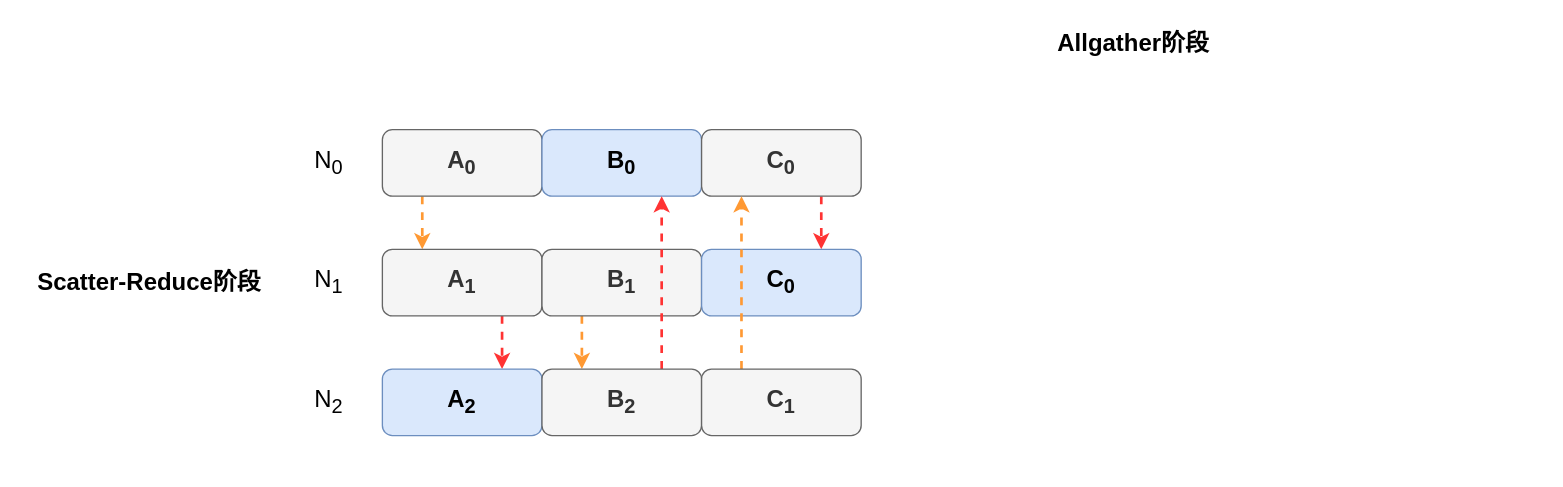
The draw.io diagram Ring-Allreduce.drawio in abdzhangzeyu/draw.io, before the edit. Source tidied: cells renumbered, new cells numbered last; positions are measured from the earlier drawing's top-left corner, leaving out a move shared by most shapes. Both pictures are drawn from the tidied source at 133%, with x=0, y=0 at pixel (23, 23).
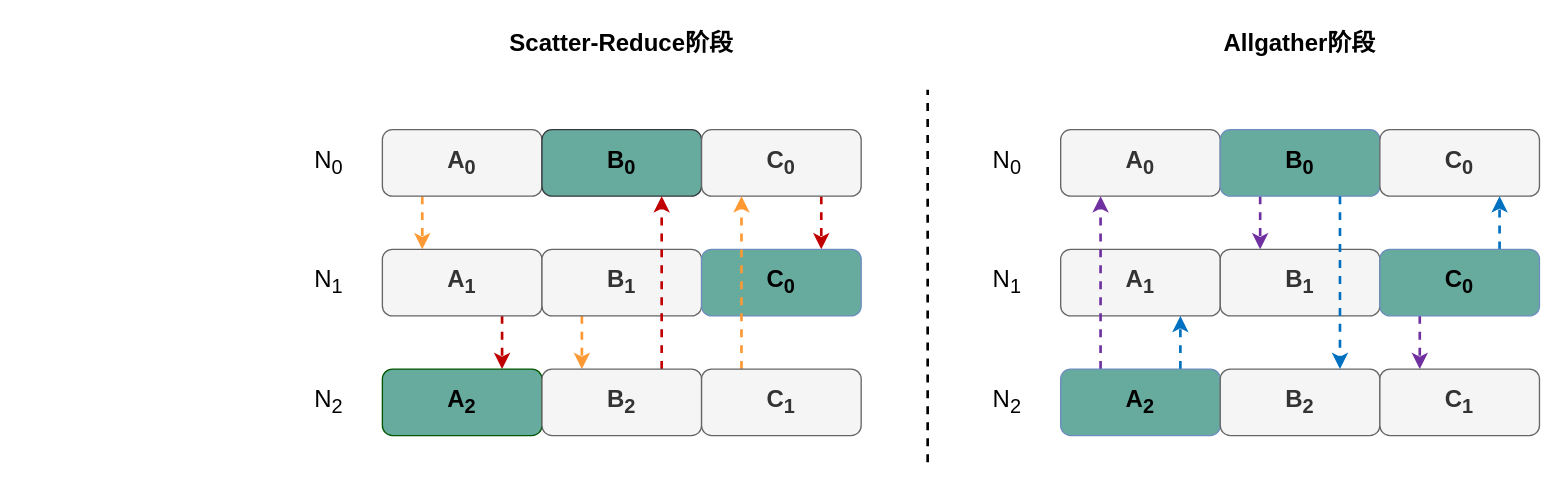
The same page after the edit.

The change refers to these unchanged cells:
```xml
<mxCell id="8" value="&lt;span style=&quot;font-size: 18px;&quot;&gt;C&lt;/span&gt;&lt;sub&gt;&lt;font style=&quot;font-size: 15px;&quot;&gt;0&lt;/font&gt;&lt;/sub&gt;" style="rounded=1;whiteSpace=wrap;html=1;shadow=0;fontSize=18;fontStyle=1;fillColor=#f5f5f5;fontColor=#333333;strokeColor=#666666;" parent="1" vertex="1">
  <mxGeometry x="510" y="80" width="120" height="50" as="geometry" />
</mxCell>
<mxCell id="12" value="A&lt;sub style=&quot;&quot;&gt;&lt;font style=&quot;font-size: 15px;&quot;&gt;1&lt;/font&gt;&lt;/sub&gt;" style="rounded=1;whiteSpace=wrap;html=1;shadow=0;fontSize=18;fontStyle=1;fillColor=#f5f5f5;fontColor=#333333;strokeColor=#666666;" parent="1" vertex="1">
  <mxGeometry x="270" y="170" width="120" height="50" as="geometry" />
</mxCell>
<mxCell id="19" value="&lt;font style=&quot;font-size: 18px;&quot;&gt;B&lt;/font&gt;&lt;sub style=&quot;&quot;&gt;&lt;font style=&quot;font-size: 15px;&quot;&gt;2&lt;/font&gt;&lt;/sub&gt;" style="rounded=1;whiteSpace=wrap;html=1;shadow=0;fontSize=18;fontStyle=1;fillColor=#f5f5f5;fontColor=#333333;strokeColor=#666666;" parent="1" vertex="1">
  <mxGeometry x="390" y="260" width="120" height="50" as="geometry" />
</mxCell>
```

The edit, as a diff of the source:
```diff
@@
     <mxCell id="2" value="&lt;b&gt;Scatter-Reduce阶段&lt;/b&gt;" style="text;html=1;strokeColor=none;fillColor=none;align=center;verticalAlign=middle;whiteSpace=wrap;rounded=0;shadow=0;fontSize=18;fontColor=#000000;" parent="1" vertex="1">
-      <mxGeometry y="180" width="190" height="30" as="geometry" />
+      <mxGeometry x="355" width="190" height="30" as="geometry" />
     </mxCell>
     <mxCell id="3" value="&lt;b&gt;Allgather阶段&lt;/b&gt;" style="text;html=1;strokeColor=none;fillColor=none;align=center;verticalAlign=middle;whiteSpace=wrap;rounded=0;shadow=0;fontSize=18;fontColor=#000000;" parent="1" vertex="1">
-      <mxGeometry x="740" width="190" height="30" as="geometry" />
+      <mxGeometry x="865" width="190" height="30" as="geometry" />
     </mxCell>
@@
-    <mxCell id="6" value="&lt;font style=&quot;font-size: 18px;&quot;&gt;B&lt;sub&gt;0&lt;/sub&gt;&lt;/font&gt;" style="rounded=1;whiteSpace=wrap;html=1;shadow=0;fontSize=18;fontStyle=1;fillColor=#dae8fc;strokeColor=#6c8ebf;" parent="1" vertex="1">
+    <mxCell id="6" value="&lt;font style=&quot;font-size: 18px;&quot;&gt;B&lt;sub&gt;0&lt;/sub&gt;&lt;/font&gt;" style="rounded=1;whiteSpace=wrap;html=1;shadow=0;fontSize=18;fontStyle=1;fillColor=#67AB9F;strokeColor=#36393d;" parent="1" vertex="1">
       <mxGeometry x="390" y="80" width="120" height="50" as="geometry" />
     </mxCell>
-    <mxCell id="7" style="edgeStyle=orthogonalEdgeStyle;rounded=0;jettySize=auto;html=1;exitX=0.75;exitY=1;exitDx=0;exitDy=0;entryX=0.75;entryY=0;entryDx=0;entryDy=0;dashed=1;fontSize=18;strokeColor=#FF3333;strokeWidth=2;" parent="1" edge="1" source="8" target="15">
+    <mxCell id="7" style="edgeStyle=orthogonalEdgeStyle;rounded=0;jettySize=auto;html=1;exitX=0.75;exitY=1;exitDx=0;exitDy=0;entryX=0.75;entryY=0;entryDx=0;entryDy=0;dashed=1;fontSize=18;strokeColor=#C00000;strokeWidth=2;" parent="1" edge="1" source="8" target="15">
       <mxGeometry relative="1" as="geometry" />
     </mxCell>
@@
-    <mxCell id="11" style="edgeStyle=orthogonalEdgeStyle;rounded=0;jettySize=auto;html=1;exitX=0.75;exitY=1;exitDx=0;exitDy=0;entryX=0.75;entryY=0;entryDx=0;entryDy=0;dashed=1;fontSize=18;strokeColor=#FF3333;strokeWidth=2;" parent="1" edge="1" source="12" target="17">
+    <mxCell id="11" style="edgeStyle=orthogonalEdgeStyle;rounded=0;jettySize=auto;html=1;exitX=0.75;exitY=1;exitDx=0;exitDy=0;entryX=0.75;entryY=0;entryDx=0;entryDy=0;dashed=1;fontSize=18;strokeColor=#C00000;strokeWidth=2;" parent="1" edge="1" source="12" target="17">
       <mxGeometry relative="1" as="geometry" />
     </mxCell>
@@
-    <mxCell id="15" value="&lt;span style=&quot;&quot;&gt;C&lt;/span&gt;&lt;sub style=&quot;&quot;&gt;0&lt;/sub&gt;" style="rounded=1;whiteSpace=wrap;html=1;shadow=0;fontSize=18;fontStyle=1;fillColor=#dae8fc;strokeColor=#6c8ebf;" parent="1" vertex="1">
+    <mxCell id="15" value="&lt;span style=&quot;&quot;&gt;C&lt;/span&gt;&lt;sub style=&quot;&quot;&gt;0&lt;/sub&gt;" style="rounded=1;whiteSpace=wrap;html=1;shadow=0;fontSize=18;fontStyle=1;fillColor=#67AB9F;strokeColor=#6c8ebf;" parent="1" vertex="1">
       <mxGeometry x="510" y="170" width="120" height="50" as="geometry" />
     </mxCell>
@@
-    <mxCell id="17" value="&lt;font style=&quot;font-size: 18px;&quot;&gt;A&lt;/font&gt;&lt;sub style=&quot;&quot;&gt;&lt;font style=&quot;font-size: 15px;&quot;&gt;2&lt;/font&gt;&lt;/sub&gt;" style="rounded=1;whiteSpace=wrap;html=1;shadow=0;fontSize=18;fontStyle=1;fillColor=#dae8fc;strokeColor=#6c8ebf;" parent="1" vertex="1">
+    <mxCell id="17" value="&lt;font color=&quot;#000000&quot;&gt;&lt;font style=&quot;font-size: 18px;&quot;&gt;A&lt;/font&gt;&lt;sub style=&quot;&quot;&gt;&lt;font style=&quot;font-size: 15px;&quot;&gt;2&lt;/font&gt;&lt;/sub&gt;&lt;/font&gt;" style="rounded=1;whiteSpace=wrap;html=1;shadow=0;fontSize=18;fontStyle=1;fillColor=#67AB9F;strokeColor=#005700;fontColor=#ffffff;" parent="1" vertex="1">
       <mxGeometry x="270" y="260" width="120" height="50" as="geometry" />
     </mxCell>
-    <mxCell id="18" style="edgeStyle=orthogonalEdgeStyle;rounded=0;jettySize=auto;html=1;exitX=0.75;exitY=0;exitDx=0;exitDy=0;entryX=0.75;entryY=1;entryDx=0;entryDy=0;dashed=1;fontSize=18;strokeColor=#FF3333;strokeWidth=2;" parent="1" edge="1" source="19" target="6">
+    <mxCell id="18" style="edgeStyle=orthogonalEdgeStyle;rounded=0;jettySize=auto;html=1;exitX=0.75;exitY=0;exitDx=0;exitDy=0;entryX=0.75;entryY=1;entryDx=0;entryDy=0;dashed=1;fontSize=18;strokeColor=#C00000;strokeWidth=2;" parent="1" edge="1" source="19" target="6">
       <mxGeometry relative="1" as="geometry" />
     </mxCell>
@@
+    <mxCell id="22" style="endArrow=none;dashed=1;html=1;rounded=0;fontSize=18;strokeColor=#000000;strokeWidth=2;" parent="1" edge="1">
+      <mxGeometry relative="1" as="geometry">
+        <mxPoint x="680" y="330" as="sourcePoint" />
+        <mxPoint x="680" y="50" as="targetPoint" />
+      </mxGeometry>
+    </mxCell>
+    <mxCell id="23" value="A&lt;sub&gt;&lt;font style=&quot;font-size: 15px;&quot;&gt;0&lt;/font&gt;&lt;/sub&gt;" style="rounded=1;whiteSpace=wrap;html=1;shadow=0;fontSize=18;fontStyle=1;fillColor=#f5f5f5;fontColor=#333333;strokeColor=#666666;" parent="1" vertex="1">
+      <mxGeometry x="780" y="80" width="120" height="50" as="geometry" />
+    </mxCell>
+    <mxCell id="24" style="edgeStyle=orthogonalEdgeStyle;rounded=0;jettySize=auto;html=1;exitX=0.25;exitY=1;exitDx=0;exitDy=0;entryX=0.25;entryY=0;entryDx=0;entryDy=0;dashed=1;fontSize=18;strokeColor=#7030A0;strokeWidth=2;" parent="1" edge="1" source="25" target="30">
+      <mxGeometry relative="1" as="geometry" />
+    </mxCell>
+    <mxCell id="25" value="&lt;font style=&quot;font-size: 18px;&quot;&gt;B&lt;sub&gt;0&lt;/sub&gt;&lt;/font&gt;" style="rounded=1;whiteSpace=wrap;html=1;shadow=0;fontSize=18;fontStyle=1;fillColor=#67AB9F;strokeColor=#6c8ebf;" parent="1" vertex="1">
+      <mxGeometry x="900" y="80" width="120" height="50" as="geometry" />
+    </mxCell>
+    <mxCell id="26" value="&lt;span style=&quot;font-size: 18px;&quot;&gt;C&lt;/span&gt;&lt;sub&gt;&lt;font style=&quot;font-size: 15px;&quot;&gt;0&lt;/font&gt;&lt;/sub&gt;" style="rounded=1;whiteSpace=wrap;html=1;shadow=0;fontSize=18;fontStyle=1;fillColor=#f5f5f5;fontColor=#333333;strokeColor=#666666;" parent="1" vertex="1">
+      <mxGeometry x="1020" y="80" width="120" height="50" as="geometry" />
+    </mxCell>
+    <mxCell id="27" value="&lt;font style=&quot;font-size: 18px;&quot;&gt;N&lt;sub&gt;0&lt;/sub&gt;&lt;/font&gt;" style="text;html=1;strokeColor=none;fillColor=none;align=center;verticalAlign=middle;whiteSpace=wrap;rounded=0;" parent="1" vertex="1">
+      <mxGeometry x="710" y="90" width="60" height="30" as="geometry" />
+    </mxCell>
+    <mxCell id="28" value="&lt;font style=&quot;font-size: 18px;&quot;&gt;&lt;font style=&quot;&quot;&gt;N&lt;/font&gt;&lt;font style=&quot;&quot;&gt;&lt;sub&gt;1&lt;/sub&gt;&lt;/font&gt;&lt;/font&gt;" style="text;html=1;strokeColor=none;fillColor=none;align=center;verticalAlign=middle;whiteSpace=wrap;rounded=0;" parent="1" vertex="1">
+      <mxGeometry x="710" y="180" width="60" height="30" as="geometry" />
+    </mxCell>
+    <mxCell id="29" value="A&lt;sub style=&quot;&quot;&gt;&lt;font style=&quot;font-size: 15px;&quot;&gt;1&lt;/font&gt;&lt;/sub&gt;" style="rounded=1;whiteSpace=wrap;html=1;shadow=0;fontSize=18;fontStyle=1;fillColor=#f5f5f5;fontColor=#333333;strokeColor=#666666;" parent="1" vertex="1">
+      <mxGeometry x="780" y="170" width="120" height="50" as="geometry" />
+    </mxCell>
+    <mxCell id="30" value="B&lt;sub style=&quot;&quot;&gt;&lt;font style=&quot;font-size: 15px;&quot;&gt;1&lt;/font&gt;&lt;/sub&gt;" style="rounded=1;whiteSpace=wrap;html=1;shadow=0;fontSize=18;fontStyle=1;fillColor=#f5f5f5;fontColor=#333333;strokeColor=#666666;" parent="1" vertex="1">
+      <mxGeometry x="900" y="170" width="120" height="50" as="geometry" />
+    </mxCell>
+    <mxCell id="31" style="edgeStyle=orthogonalEdgeStyle;rounded=0;jettySize=auto;html=1;exitX=0.25;exitY=1;exitDx=0;exitDy=0;entryX=0.25;entryY=0;entryDx=0;entryDy=0;dashed=1;fontSize=18;strokeColor=#7030A0;strokeWidth=2;" parent="1" edge="1" source="33" target="39">
+      <mxGeometry relative="1" as="geometry" />
+    </mxCell>
+    <mxCell id="32" style="edgeStyle=orthogonalEdgeStyle;rounded=0;jettySize=auto;html=1;exitX=0.75;exitY=0;exitDx=0;exitDy=0;entryX=0.75;entryY=1;entryDx=0;entryDy=0;dashed=1;fontSize=18;strokeColor=#0070C0;strokeWidth=2;" parent="1" edge="1" source="33" target="26">
+      <mxGeometry relative="1" as="geometry" />
+    </mxCell>
+    <mxCell id="33" value="&lt;span style=&quot;&quot;&gt;C&lt;/span&gt;&lt;sub style=&quot;&quot;&gt;0&lt;/sub&gt;" style="rounded=1;whiteSpace=wrap;html=1;shadow=0;fontSize=18;fontStyle=1;fillColor=#67AB9F;strokeColor=#6c8ebf;" parent="1" vertex="1">
+      <mxGeometry x="1020" y="170" width="120" height="50" as="geometry" />
+    </mxCell>
+    <mxCell id="34" value="&lt;font style=&quot;font-size: 18px;&quot;&gt;N&lt;/font&gt;&lt;font style=&quot;font-size: 18px;&quot;&gt;&lt;sub&gt;2&lt;/sub&gt;&lt;/font&gt;" style="text;html=1;strokeColor=none;fillColor=none;align=center;verticalAlign=middle;whiteSpace=wrap;rounded=0;" parent="1" vertex="1">
+      <mxGeometry x="710" y="270" width="60" height="30" as="geometry" />
+    </mxCell>
+    <mxCell id="35" style="edgeStyle=orthogonalEdgeStyle;rounded=0;jettySize=auto;html=1;exitX=0.25;exitY=0;exitDx=0;exitDy=0;entryX=0.25;entryY=1;entryDx=0;entryDy=0;dashed=1;fontSize=18;strokeColor=#7030A0;strokeWidth=2;" parent="1" edge="1" source="37" target="23">
+      <mxGeometry relative="1" as="geometry" />
+    </mxCell>
+    <mxCell id="36" style="edgeStyle=orthogonalEdgeStyle;rounded=0;jettySize=auto;html=1;exitX=0.75;exitY=0;exitDx=0;exitDy=0;entryX=0.75;entryY=1;entryDx=0;entryDy=0;dashed=1;fontSize=18;strokeColor=#0070C0;strokeWidth=2;" parent="1" edge="1" source="37" target="29">
+      <mxGeometry relative="1" as="geometry" />
+    </mxCell>
+    <mxCell id="37" value="&lt;font style=&quot;font-size: 18px;&quot;&gt;A&lt;/font&gt;&lt;sub style=&quot;&quot;&gt;&lt;font style=&quot;font-size: 15px;&quot;&gt;2&lt;/font&gt;&lt;/sub&gt;" style="rounded=1;whiteSpace=wrap;html=1;shadow=0;fontSize=18;fontStyle=1;fillColor=#67AB9F;strokeColor=#6c8ebf;" parent="1" vertex="1">
+      <mxGeometry x="780" y="260" width="120" height="50" as="geometry" />
+    </mxCell>
+    <mxCell id="38" value="&lt;font style=&quot;font-size: 18px;&quot;&gt;B&lt;/font&gt;&lt;sub style=&quot;&quot;&gt;&lt;font style=&quot;font-size: 15px;&quot;&gt;2&lt;/font&gt;&lt;/sub&gt;" style="rounded=1;whiteSpace=wrap;html=1;shadow=0;fontSize=18;fontStyle=1;fillColor=#f5f5f5;fontColor=#333333;strokeColor=#666666;" parent="1" vertex="1">
+      <mxGeometry x="900" y="260" width="120" height="50" as="geometry" />
+    </mxCell>
+    <mxCell id="39" value="&lt;font style=&quot;font-size: 18px;&quot;&gt;C&lt;sub style=&quot;&quot;&gt;1&lt;/sub&gt;&lt;/font&gt;" style="rounded=1;whiteSpace=wrap;html=1;shadow=0;fontSize=18;fontStyle=1;fillColor=#f5f5f5;fontColor=#333333;strokeColor=#666666;" parent="1" vertex="1">
+      <mxGeometry x="1020" y="260" width="120" height="50" as="geometry" />
+    </mxCell>
+    <mxCell id="40" style="edgeStyle=orthogonalEdgeStyle;rounded=0;orthogonalLoop=1;jettySize=auto;html=1;exitX=0.75;exitY=1;exitDx=0;exitDy=0;entryX=0.75;entryY=0;entryDx=0;entryDy=0;dashed=1;fontSize=18;strokeColor=#0070C0;strokeWidth=2;" parent="1" edge="1">
+      <mxGeometry relative="1" as="geometry">
+        <mxPoint x="990" y="130" as="sourcePoint" />
+        <mxPoint x="990" y="260" as="targetPoint" />
+      </mxGeometry>
+    </mxCell>
```
